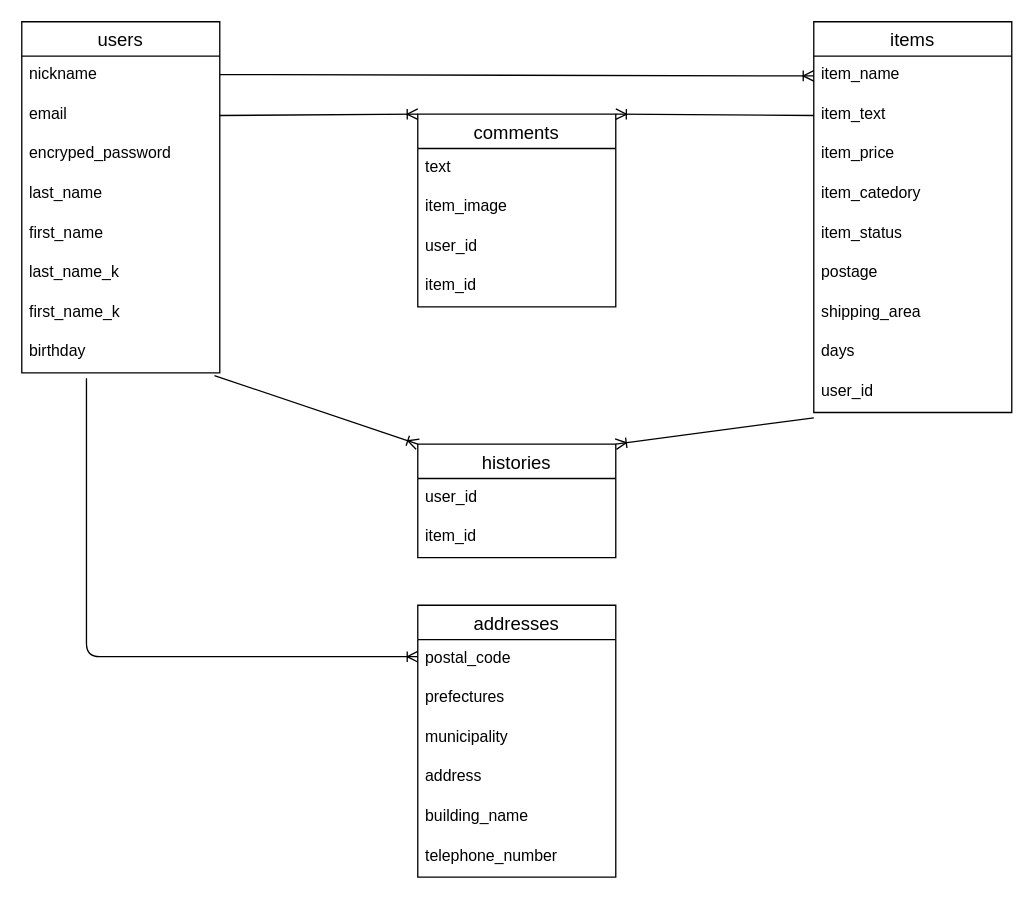
Above: app/hurima.dio in tanaatsu/furima-37181 (draw.io), before the change. Source tidied: cells renumbered, new cells numbered last; positions are measured from the earlier drawing's top-left corner, leaving out a move shared by most shapes. Both pictures are drawn from the tidied source at 132%, with x=0, y=0 at pixel (21, 21).
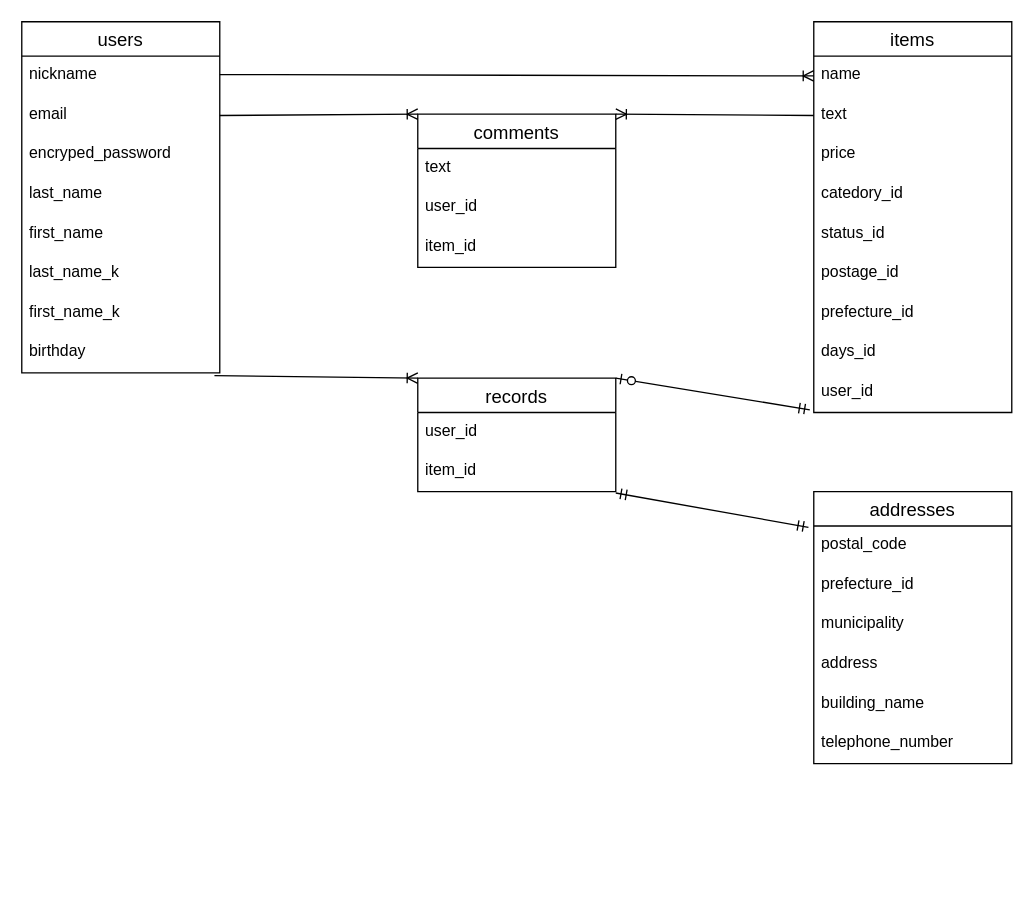
The same diagram, later.

The change refers to these unchanged cells:
```xml
<mxCell id="10" value="birthday" style="text;strokeColor=none;fillColor=none;spacingLeft=4;spacingRight=4;overflow=hidden;points=[[0,0.5],[1,0.5]];portConstraint=eastwest;fontSize=12;" parent="2" vertex="1">
  <mxGeometry y="236" width="150" height="30" as="geometry" />
</mxCell>
<mxCell id="12" value="postal_code" style="text;strokeColor=none;fillColor=none;spacingLeft=4;spacingRight=4;overflow=hidden;points=[[0,0.5],[1,0.5]];portConstraint=eastwest;fontSize=12;" parent="11" vertex="1">
  <mxGeometry y="26" width="150" height="30" as="geometry" />
</mxCell>
<mxCell id="18" value="items" style="swimlane;fontStyle=0;horizontal=1;startSize=26;align=center;fontSize=14;" parent="1" vertex="1">
  <mxGeometry x="600" width="150" height="296" as="geometry" />
</mxCell>
<mxCell id="27" value="user_id" style="text;strokeColor=none;fillColor=none;spacingLeft=4;spacingRight=4;overflow=hidden;points=[[0,0.5],[1,0.5]];portConstraint=eastwest;fontSize=12;" parent="18" vertex="1">
  <mxGeometry y="266" width="150" height="30" as="geometry" />
</mxCell>
<mxCell id="39" value="item_id" style="text;strokeColor=none;fillColor=none;spacingLeft=4;spacingRight=4;overflow=hidden;points=[[0,0.5],[1,0.5]];portConstraint=eastwest;fontSize=12;" parent="37" vertex="1">
  <mxGeometry y="56" width="150" height="30" as="geometry" />
</mxCell>
```

What changed in the source:
```diff
@@
     <mxCell id="11" value="addresses" style="swimlane;fontStyle=0;horizontal=1;startSize=26;align=center;fontSize=14;" parent="1" vertex="1">
-      <mxGeometry x="300" y="442" width="150" height="206" as="geometry" />
+      <mxGeometry x="600" y="356" width="150" height="206" as="geometry" />
     </mxCell>
@@
-    <mxCell id="13" value="prefectures" style="text;strokeColor=none;fillColor=none;spacingLeft=4;spacingRight=4;overflow=hidden;fontSize=12;" parent="11" vertex="1">
+    <mxCell id="13" value="prefecture_id" style="text;strokeColor=none;fillColor=none;spacingLeft=4;spacingRight=4;overflow=hidden;fontSize=12;" parent="11" vertex="1">
       <mxGeometry y="56" width="150" height="30" as="geometry" />
     </mxCell>
@@
-    <mxCell id="19" value="item_name" style="text;strokeColor=none;fillColor=none;spacingLeft=4;spacingRight=4;overflow=hidden;points=[[0,0.5],[1,0.5]];portConstraint=eastwest;fontSize=12;" parent="18" vertex="1">
+    <mxCell id="19" value="name" style="text;strokeColor=none;fillColor=none;spacingLeft=4;spacingRight=4;overflow=hidden;points=[[0,0.5],[1,0.5]];portConstraint=eastwest;fontSize=12;" parent="18" vertex="1">
       <mxGeometry y="26" width="150" height="30" as="geometry" />
     </mxCell>
-    <mxCell id="20" value="item_text" style="text;strokeColor=none;fillColor=none;spacingLeft=4;spacingRight=4;overflow=hidden;points=[[0,0.5],[1,0.5]];portConstraint=eastwest;fontSize=12;" parent="18" vertex="1">
+    <mxCell id="20" value="text" style="text;strokeColor=none;fillColor=none;spacingLeft=4;spacingRight=4;overflow=hidden;points=[[0,0.5],[1,0.5]];portConstraint=eastwest;fontSize=12;" parent="18" vertex="1">
       <mxGeometry y="56" width="150" height="30" as="geometry" />
     </mxCell>
-    <mxCell id="21" value="item_price" style="text;strokeColor=none;fillColor=none;spacingLeft=4;spacingRight=4;overflow=hidden;fontSize=12;" parent="18" vertex="1">
+    <mxCell id="21" value="price" style="text;strokeColor=none;fillColor=none;spacingLeft=4;spacingRight=4;overflow=hidden;fontSize=12;" parent="18" vertex="1">
       <mxGeometry y="86" width="150" height="30" as="geometry" />
     </mxCell>
-    <mxCell id="22" value="item_catedory" style="text;strokeColor=none;fillColor=none;spacingLeft=4;spacingRight=4;overflow=hidden;fontSize=12;" parent="18" vertex="1">
+    <mxCell id="22" value="catedory_id" style="text;strokeColor=none;fillColor=none;spacingLeft=4;spacingRight=4;overflow=hidden;fontSize=12;" parent="18" vertex="1">
       <mxGeometry y="116" width="150" height="30" as="geometry" />
     </mxCell>
-    <mxCell id="23" value="item_status" style="text;strokeColor=none;fillColor=none;spacingLeft=4;spacingRight=4;overflow=hidden;fontSize=12;" parent="18" vertex="1">
+    <mxCell id="23" value="status_id" style="text;strokeColor=none;fillColor=none;spacingLeft=4;spacingRight=4;overflow=hidden;fontSize=12;" parent="18" vertex="1">
       <mxGeometry y="146" width="150" height="30" as="geometry" />
     </mxCell>
-    <mxCell id="24" value="postage" style="text;strokeColor=none;fillColor=none;spacingLeft=4;spacingRight=4;overflow=hidden;fontSize=12;" parent="18" vertex="1">
+    <mxCell id="24" value="postage_id" style="text;strokeColor=none;fillColor=none;spacingLeft=4;spacingRight=4;overflow=hidden;fontSize=12;" parent="18" vertex="1">
       <mxGeometry y="176" width="150" height="30" as="geometry" />
     </mxCell>
-    <mxCell id="25" value="shipping_area" style="text;strokeColor=none;fillColor=none;spacingLeft=4;spacingRight=4;overflow=hidden;fontSize=12;" parent="18" vertex="1">
+    <mxCell id="25" value="prefecture_id" style="text;strokeColor=none;fillColor=none;spacingLeft=4;spacingRight=4;overflow=hidden;fontSize=12;" parent="18" vertex="1">
       <mxGeometry y="206" width="150" height="30" as="geometry" />
     </mxCell>
-    <mxCell id="26" value="days" style="text;strokeColor=none;fillColor=none;spacingLeft=4;spacingRight=4;overflow=hidden;fontSize=12;" parent="18" vertex="1">
+    <mxCell id="26" value="days_id" style="text;strokeColor=none;fillColor=none;spacingLeft=4;spacingRight=4;overflow=hidden;fontSize=12;" parent="18" vertex="1">
       <mxGeometry y="236" width="150" height="30" as="geometry" />
     </mxCell>
@@
     <mxCell id="28" value="comments" style="swimlane;fontStyle=0;horizontal=1;startSize=26;align=center;fontSize=14;" parent="1" vertex="1">
-      <mxGeometry x="300" y="70" width="150" height="146" as="geometry" />
+      <mxGeometry x="300" y="70" width="150" height="116" as="geometry" />
     </mxCell>
@@
-    <mxCell id="30" value="item_image" style="text;strokeColor=none;fillColor=none;spacingLeft=4;spacingRight=4;overflow=hidden;fontSize=12;" parent="28" vertex="1">
-      <mxGeometry y="56" width="150" height="30" as="geometry" />
-    </mxCell>
     <mxCell id="31" value="user_id" style="text;strokeColor=none;fillColor=none;spacingLeft=4;spacingRight=4;overflow=hidden;fontSize=12;" parent="28" vertex="1">
-      <mxGeometry y="86" width="150" height="30" as="geometry" />
+      <mxGeometry y="56" width="150" height="30" as="geometry" />
     </mxCell>
     <mxCell id="32" value="item_id" style="text;strokeColor=none;fillColor=none;spacingLeft=4;spacingRight=4;overflow=hidden;fontSize=12;" parent="28" vertex="1">
-      <mxGeometry y="116" width="150" height="30" as="geometry" />
+      <mxGeometry y="86" width="150" height="30" as="geometry" />
     </mxCell>
@@
-    <mxCell id="34" style="edgeStyle=orthogonalEdgeStyle;fontSize=12;html=1;endArrow=ERoneToMany;" parent="1" edge="1" target="12">
-      <mxGeometry relative="1" as="geometry">
-        <mxPoint x="49" y="270" as="sourcePoint" />
-        <Array as="points">
-          <mxPoint x="49" y="481" />
-        </Array>
-      </mxGeometry>
-    </mxCell>
@@
-    <mxCell id="37" value="histories" style="swimlane;fontStyle=0;horizontal=1;startSize=26;align=center;fontSize=14;" parent="1" vertex="1">
-      <mxGeometry x="300" y="320" width="150" height="86" as="geometry" />
+    <mxCell id="37" value="records" style="swimlane;fontStyle=0;horizontal=1;startSize=26;align=center;fontSize=14;" parent="1" vertex="1">
+      <mxGeometry x="300" y="270" width="150" height="86" as="geometry" />
     </mxCell>
@@
-    <mxCell id="40" style="fontSize=12;html=1;endArrow=ERoneToMany;exitX=0;exitY=0.5;exitDx=0;exitDy=0;entryX=1;entryY=0;entryDx=0;entryDy=0;" parent="1" edge="1" target="37">
-      <mxGeometry relative="1" as="geometry">
-        <mxPoint x="600" y="300" as="sourcePoint" />
-      </mxGeometry>
-    </mxCell>
-    <mxCell id="41" style="fontSize=12;html=1;endArrow=ERoneToMany;entryX=0;entryY=0.25;entryDx=0;entryDy=0;exitX=0.973;exitY=1.067;exitDx=0;exitDy=0;exitPerimeter=0;" parent="1" edge="1" source="10">
-      <mxGeometry relative="1" as="geometry">
-        <mxPoint x="300" y="320" as="targetPoint" />
-      </mxGeometry>
+    <mxCell id="41" style="fontSize=12;html=1;endArrow=ERoneToMany;entryX=0;entryY=0;entryDx=0;entryDy=0;exitX=0.973;exitY=1.067;exitDx=0;exitDy=0;exitPerimeter=0;" parent="1" edge="1" source="10" target="37">
+      <mxGeometry relative="1" as="geometry" />
     </mxCell>
+    <mxCell id="42" style="fontSize=12;html=1;endArrow=ERmandOne;startArrow=ERmandOne;entryX=1;entryY=1.033;entryDx=0;entryDy=0;entryPerimeter=0;exitX=-0.027;exitY=0.033;exitDx=0;exitDy=0;exitPerimeter=0;" parent="1" edge="1" source="12" target="39">
+      <mxGeometry relative="1" as="geometry" />
+    </mxCell>
+    <mxCell id="43" style="fontSize=12;html=1;endArrow=ERzeroToOne;startArrow=ERmandOne;entryX=1;entryY=0;entryDx=0;entryDy=0;exitX=-0.02;exitY=0.933;exitDx=0;exitDy=0;exitPerimeter=0;" parent="1" edge="1" source="27" target="37">
+      <mxGeometry relative="1" as="geometry" />
+    </mxCell>
```
